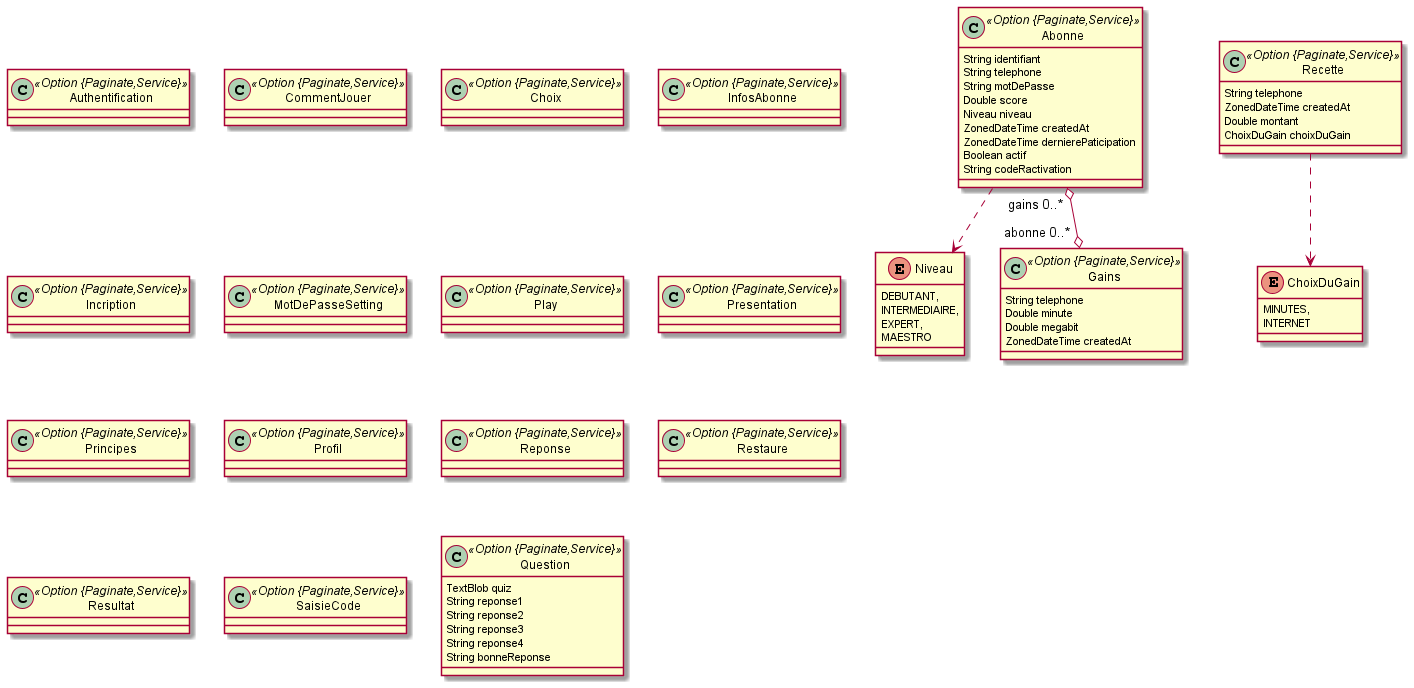
This is jdl.png from dofsofware/P2W-2022, a PlantUML export, as it was before one commit.
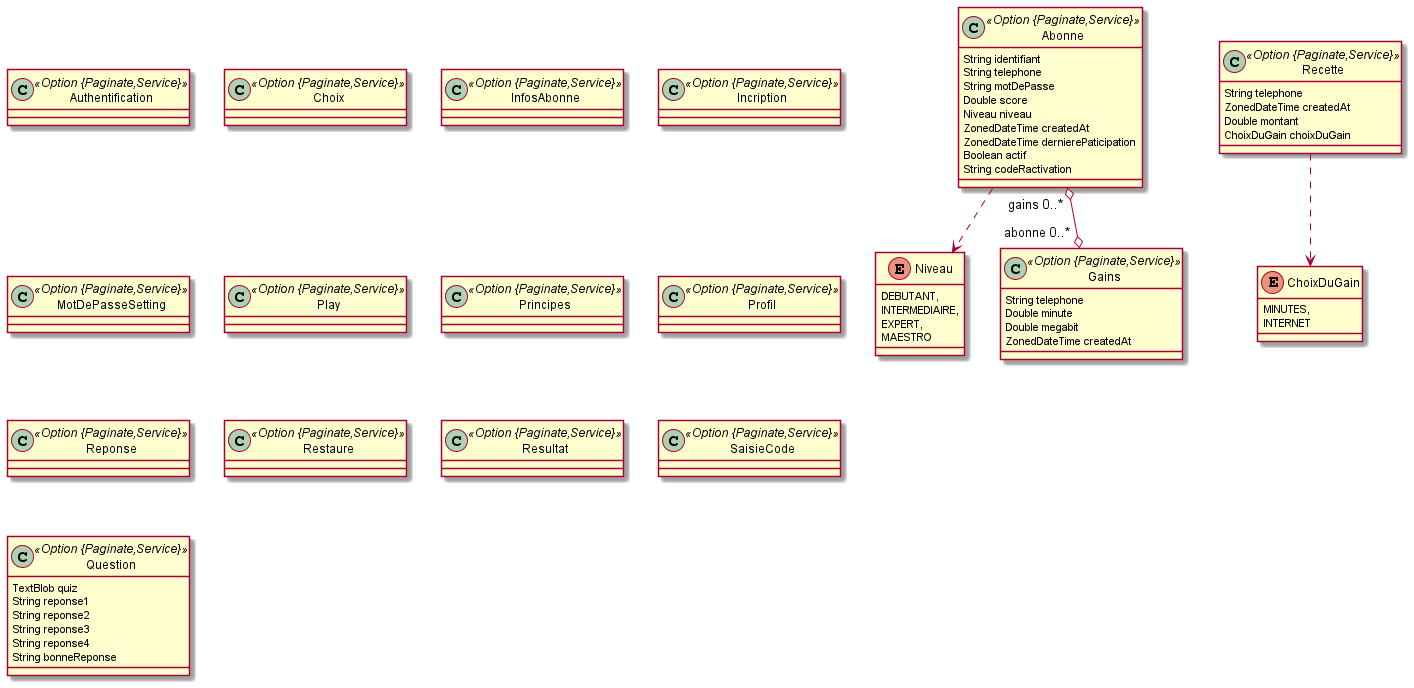
The same diagram one commit later.

What changed in the source:
```diff
@@ -1,8 +1,6 @@
 @startuml
 	!pragma syntax class
 	class Authentification <<Option {Paginate,Service}>> {
-	}
-	class CommentJouer <<Option {Paginate,Service}>> {
 	}
 	class Choix <<Option {Paginate,Service}>> {
 	}
@@ -13,8 +11,6 @@
 	class MotDePasseSetting <<Option {Paginate,Service}>> {
 	}
 	class Play <<Option {Paginate,Service}>> {
-	}
-	class Presentation <<Option {Paginate,Service}>> {
 	}
 	class Principes <<Option {Paginate,Service}>> {
 	}
```
